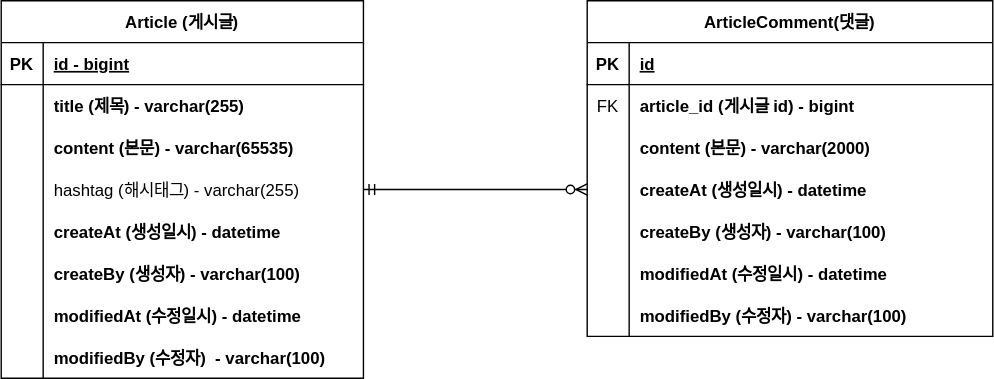
Before: document/project-board-erd.svg, a diagram exported from draw.io (RowenKim/Board-Service). Source tidied: cells renumbered, new cells last; positions are measured from the earlier drawing's top-left corner, leaving out a move shared by most shapes.
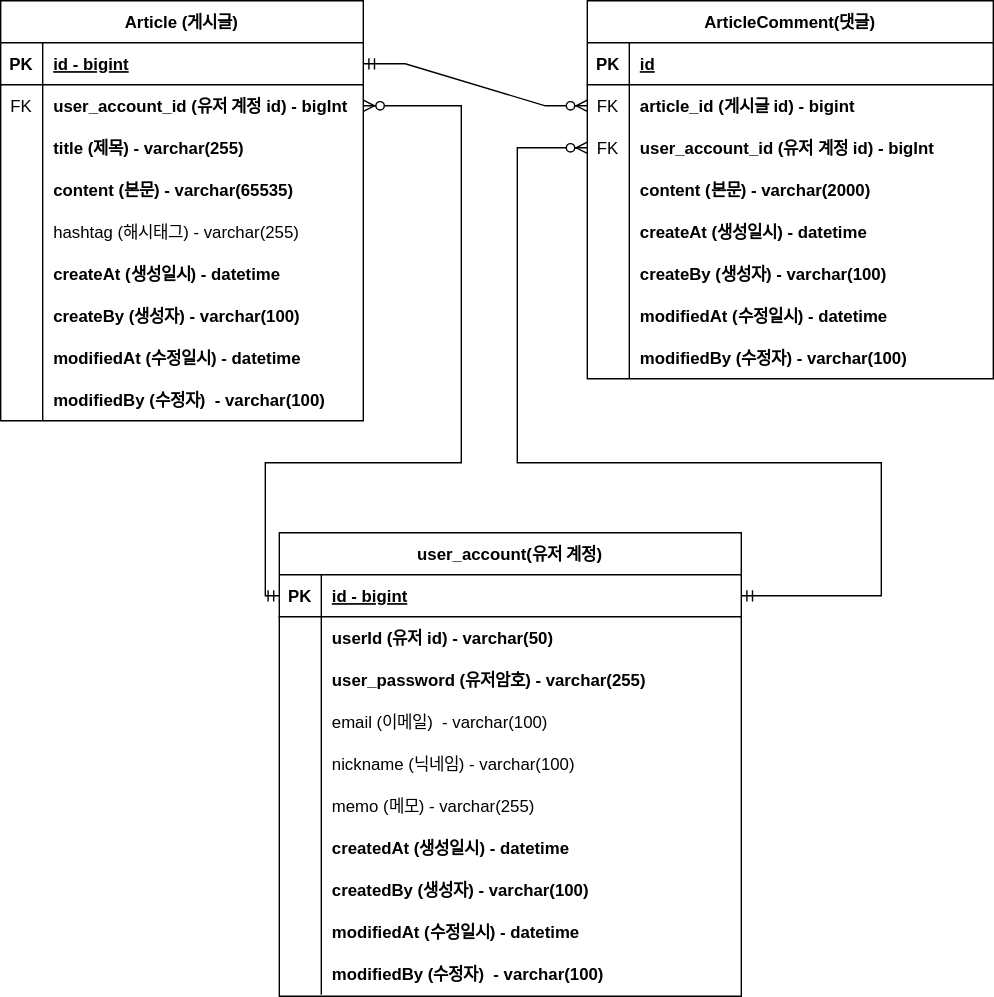
After the change.

What changed in the source:
```diff
@@ -3,7 +3,7 @@
     <mxCell id="0" />
     <mxCell id="1" parent="0" />
     <mxCell id="2" value="Article (게시글)" style="shape=table;startSize=30;rowLines=0;fontStyle=1;align=center;" parent="1" vertex="1">
-      <mxGeometry width="259" height="270" as="geometry" />
+      <mxGeometry width="259" height="300" as="geometry" />
     </mxCell>
     <mxCell id="3" style="shape=tableRow;horizontal=0;startSize=0;swimlaneHead=0;swimlaneBody=0;fillColor=none;points=[[0,0.5],[1,0.5]];portConstraint=eastwest;top=0;left=0;right=0;bottom=1;" parent="2" vertex="1">
       <mxGeometry y="30" width="259" height="30" as="geometry" />
@@ -17,14 +17,23 @@
     <mxCell id="6" style="shape=tableRow;horizontal=0;startSize=0;swimlaneHead=0;swimlaneBody=0;fillColor=none;points=[[0,0.5],[1,0.5]];portConstraint=eastwest;top=0;left=0;right=0;bottom=0;" parent="2" vertex="1">
       <mxGeometry y="60" width="259" height="30" as="geometry" />
     </mxCell>
-    <mxCell id="7" style="shape=partialRectangle;fillColor=none;top=0;left=0;bottom=0;right=0;overflow=hidden;" parent="6" vertex="1">
+    <mxCell id="7" value="FK" style="shape=partialRectangle;fillColor=none;top=0;left=0;bottom=0;right=0;overflow=hidden;" parent="6" vertex="1">
       <mxGeometry width="30" height="30" as="geometry" />
     </mxCell>
-    <mxCell id="8" value="title (제목) - varchar(255)" style="shape=partialRectangle;fillColor=none;top=0;left=0;bottom=0;right=0;align=left;spacingLeft=6;overflow=hidden;fontStyle=1;" parent="6" vertex="1">
+    <mxCell id="8" value="user_account_id (유저 계정 id) - bigInt" style="shape=partialRectangle;fillColor=none;top=0;left=0;bottom=0;right=0;align=left;spacingLeft=6;overflow=hidden;fontStyle=1;" parent="6" vertex="1">
       <mxGeometry x="30" width="229" height="30" as="geometry" />
     </mxCell>
+    <mxCell id="50" style="shape=tableRow;horizontal=0;startSize=0;swimlaneHead=0;swimlaneBody=0;fillColor=none;top=0;left=0;right=0;bottom=0;" parent="2" vertex="1">
+      <mxGeometry y="90" width="259" height="30" as="geometry" />
+    </mxCell>
+    <mxCell id="51" style="shape=partialRectangle;fillColor=none;top=0;left=0;bottom=0;right=0;overflow=hidden;" parent="50" vertex="1">
+      <mxGeometry width="30" height="30" as="geometry" />
+    </mxCell>
+    <mxCell id="52" value="title (제목) - varchar(255)" style="shape=partialRectangle;fillColor=none;top=0;left=0;bottom=0;right=0;align=left;spacingLeft=6;overflow=hidden;fontStyle=1;" parent="50" vertex="1">
+      <mxGeometry x="30" width="229" height="30" as="geometry" />
+    </mxCell>
     <mxCell id="9" style="shape=tableRow;horizontal=0;startSize=0;swimlaneHead=0;swimlaneBody=0;fillColor=none;top=0;left=0;right=0;bottom=0;" parent="2" vertex="1">
-      <mxGeometry y="90" width="259" height="30" as="geometry" />
+      <mxGeometry y="120" width="259" height="30" as="geometry" />
     </mxCell>
     <mxCell id="10" style="shape=partialRectangle;fillColor=none;top=0;left=0;bottom=0;right=0;overflow=hidden;" parent="9" vertex="1">
       <mxGeometry width="30" height="30" as="geometry" />
@@ -33,7 +42,7 @@
       <mxGeometry x="30" width="229" height="30" as="geometry" />
     </mxCell>
     <mxCell id="12" style="shape=tableRow;horizontal=0;startSize=0;swimlaneHead=0;swimlaneBody=0;fillColor=none;points=[[0,0.5],[1,0.5]];portConstraint=eastwest;top=0;left=0;right=0;bottom=0;" parent="2" vertex="1">
-      <mxGeometry y="120" width="259" height="30" as="geometry" />
+      <mxGeometry y="150" width="259" height="30" as="geometry" />
     </mxCell>
     <mxCell id="13" style="shape=partialRectangle;fillColor=none;top=0;left=0;bottom=0;right=0;overflow=hidden;" parent="12" vertex="1">
       <mxGeometry width="30" height="30" as="geometry" />
@@ -42,7 +51,7 @@
       <mxGeometry x="30" width="229" height="30" as="geometry" />
     </mxCell>
     <mxCell id="15" style="shape=tableRow;horizontal=0;startSize=0;swimlaneHead=0;swimlaneBody=0;fillColor=none;top=0;left=0;right=0;bottom=0;" parent="2" vertex="1">
-      <mxGeometry y="150" width="259" height="30" as="geometry" />
+      <mxGeometry y="180" width="259" height="30" as="geometry" />
     </mxCell>
     <mxCell id="16" style="shape=partialRectangle;fillColor=none;top=0;left=0;bottom=0;right=0;overflow=hidden;" parent="15" vertex="1">
       <mxGeometry width="30" height="30" as="geometry" />
@@ -51,7 +60,7 @@
       <mxGeometry x="30" width="229" height="30" as="geometry" />
     </mxCell>
     <mxCell id="18" style="shape=tableRow;horizontal=0;startSize=0;swimlaneHead=0;swimlaneBody=0;fillColor=none;top=0;left=0;right=0;bottom=0;" parent="2" vertex="1">
-      <mxGeometry y="180" width="259" height="30" as="geometry" />
+      <mxGeometry y="210" width="259" height="30" as="geometry" />
     </mxCell>
     <mxCell id="19" style="shape=partialRectangle;fillColor=none;top=0;left=0;bottom=0;right=0;overflow=hidden;" parent="18" vertex="1">
       <mxGeometry width="30" height="30" as="geometry" />
@@ -60,7 +69,7 @@
       <mxGeometry x="30" width="229" height="30" as="geometry" />
     </mxCell>
     <mxCell id="21" style="shape=tableRow;horizontal=0;startSize=0;swimlaneHead=0;swimlaneBody=0;fillColor=none;top=0;left=0;right=0;bottom=0;" parent="2" vertex="1">
-      <mxGeometry y="210" width="259" height="30" as="geometry" />
+      <mxGeometry y="240" width="259" height="30" as="geometry" />
     </mxCell>
     <mxCell id="22" style="shape=partialRectangle;fillColor=none;top=0;left=0;bottom=0;right=0;overflow=hidden;" parent="21" vertex="1">
       <mxGeometry width="30" height="30" as="geometry" />
@@ -69,7 +78,7 @@
       <mxGeometry x="30" width="229" height="30" as="geometry" />
     </mxCell>
     <mxCell id="24" style="shape=tableRow;horizontal=0;startSize=0;swimlaneHead=0;swimlaneBody=0;fillColor=none;top=0;left=0;right=0;bottom=0;" parent="2" vertex="1">
-      <mxGeometry y="240" width="259" height="30" as="geometry" />
+      <mxGeometry y="270" width="259" height="30" as="geometry" />
     </mxCell>
     <mxCell id="25" style="shape=partialRectangle;fillColor=none;top=0;left=0;bottom=0;right=0;overflow=hidden;" parent="24" vertex="1">
       <mxGeometry width="30" height="30" as="geometry" />
@@ -78,7 +87,7 @@
       <mxGeometry x="30" width="229" height="30" as="geometry" />
     </mxCell>
     <mxCell id="27" value="ArticleComment(댓글)" style="shape=table;startSize=30;rowLines=0;fontStyle=1;align=center;" parent="1" vertex="1">
-      <mxGeometry x="419" width="290" height="240" as="geometry" />
+      <mxGeometry x="419" width="290" height="270" as="geometry" />
     </mxCell>
     <mxCell id="28" style="shape=tableRow;horizontal=0;startSize=0;swimlaneHead=0;swimlaneBody=0;fillColor=none;top=0;left=0;right=0;bottom=1;" parent="27" vertex="1">
       <mxGeometry y="30" width="290" height="30" as="geometry" />
@@ -98,8 +107,17 @@
     <mxCell id="33" value="article_id (게시글 id) - bigint" style="shape=partialRectangle;fillColor=none;top=0;left=0;bottom=0;right=0;align=left;spacingLeft=6;overflow=hidden;fontStyle=1;" parent="31" vertex="1">
       <mxGeometry x="30" width="260" height="30" as="geometry" />
     </mxCell>
+    <mxCell id="53" style="shape=tableRow;horizontal=0;startSize=0;swimlaneHead=0;swimlaneBody=0;fillColor=none;points=[[0,0.5],[1,0.5]];portConstraint=eastwest;top=0;left=0;right=0;bottom=0;" parent="27" vertex="1">
+      <mxGeometry y="90" width="290" height="30" as="geometry" />
+    </mxCell>
+    <mxCell id="54" value="FK" style="shape=partialRectangle;fillColor=none;top=0;left=0;bottom=0;right=0;overflow=hidden;" parent="53" vertex="1">
+      <mxGeometry width="30" height="30" as="geometry" />
+    </mxCell>
+    <mxCell id="55" value="user_account_id (유저 계정 id) - bigInt" style="shape=partialRectangle;fillColor=none;top=0;left=0;bottom=0;right=0;align=left;spacingLeft=6;overflow=hidden;fontStyle=1;" parent="53" vertex="1">
+      <mxGeometry x="30" width="260" height="30" as="geometry" />
+    </mxCell>
     <mxCell id="34" style="shape=tableRow;horizontal=0;startSize=0;swimlaneHead=0;swimlaneBody=0;fillColor=none;top=0;left=0;right=0;bottom=0;" parent="27" vertex="1">
-      <mxGeometry y="90" width="290" height="30" as="geometry" />
+      <mxGeometry y="120" width="290" height="30" as="geometry" />
     </mxCell>
     <mxCell id="35" style="shape=partialRectangle;fillColor=none;top=0;left=0;bottom=0;right=0;overflow=hidden;" parent="34" vertex="1">
       <mxGeometry width="30" height="30" as="geometry" />
@@ -108,7 +126,7 @@
       <mxGeometry x="30" width="260" height="30" as="geometry" />
     </mxCell>
     <mxCell id="37" style="shape=tableRow;horizontal=0;startSize=0;swimlaneHead=0;swimlaneBody=0;fillColor=none;points=[[0,0.5],[1,0.5]];portConstraint=eastwest;top=0;left=0;right=0;bottom=0;" parent="27" vertex="1">
-      <mxGeometry y="120" width="290" height="30" as="geometry" />
+      <mxGeometry y="150" width="290" height="30" as="geometry" />
     </mxCell>
     <mxCell id="38" style="shape=partialRectangle;fillColor=none;top=0;left=0;bottom=0;right=0;overflow=hidden;" parent="37" vertex="1">
       <mxGeometry width="30" height="30" as="geometry" />
@@ -117,7 +135,7 @@
       <mxGeometry x="30" width="260" height="30" as="geometry" />
     </mxCell>
     <mxCell id="40" style="shape=tableRow;horizontal=0;startSize=0;swimlaneHead=0;swimlaneBody=0;fillColor=none;top=0;left=0;right=0;bottom=0;" parent="27" vertex="1">
-      <mxGeometry y="150" width="290" height="30" as="geometry" />
+      <mxGeometry y="180" width="290" height="30" as="geometry" />
     </mxCell>
     <mxCell id="41" style="shape=partialRectangle;fillColor=none;top=0;left=0;bottom=0;right=0;overflow=hidden;" parent="40" vertex="1">
       <mxGeometry width="30" height="30" as="geometry" />
@@ -126,7 +144,7 @@
       <mxGeometry x="30" width="260" height="30" as="geometry" />
     </mxCell>
     <mxCell id="43" style="shape=tableRow;horizontal=0;startSize=0;swimlaneHead=0;swimlaneBody=0;fillColor=none;top=0;left=0;right=0;bottom=0;" parent="27" vertex="1">
-      <mxGeometry y="180" width="290" height="30" as="geometry" />
+      <mxGeometry y="210" width="290" height="30" as="geometry" />
     </mxCell>
     <mxCell id="44" style="shape=partialRectangle;fillColor=none;top=0;left=0;bottom=0;right=0;overflow=hidden;" parent="43" vertex="1">
       <mxGeometry width="30" height="30" as="geometry" />
@@ -135,7 +153,7 @@
       <mxGeometry x="30" width="260" height="30" as="geometry" />
     </mxCell>
     <mxCell id="46" style="shape=tableRow;horizontal=0;startSize=0;swimlaneHead=0;swimlaneBody=0;fillColor=none;top=0;left=0;right=0;bottom=0;" parent="27" vertex="1">
-      <mxGeometry y="210" width="290" height="30" as="geometry" />
+      <mxGeometry y="240" width="290" height="30" as="geometry" />
     </mxCell>
     <mxCell id="47" style="shape=partialRectangle;fillColor=none;top=0;left=0;bottom=0;right=0;overflow=hidden;" parent="46" vertex="1">
       <mxGeometry width="30" height="30" as="geometry" />
@@ -143,8 +161,121 @@
     <mxCell id="48" value="modifiedBy (수정자) - varchar(100)" style="shape=partialRectangle;fillColor=none;top=0;left=0;bottom=0;right=0;align=left;spacingLeft=6;overflow=hidden;fontStyle=1;" parent="46" vertex="1">
       <mxGeometry x="30" width="260" height="30" as="geometry" />
     </mxCell>
-    <mxCell id="49" style="edgeStyle=entityRelationEdgeStyle;fontSize=12;html=1;endArrow=ERzeroToMany;startArrow=ERmandOne;rounded=0;exitX=1;exitY=0.5;exitDx=0;exitDy=0;entryX=0;entryY=0.5;entryDx=0;entryDy=0;" parent="1" edge="1" source="12" target="37">
+    <mxCell id="49" style="edgeStyle=entityRelationEdgeStyle;fontSize=12;html=1;endArrow=ERzeroToMany;startArrow=ERmandOne;rounded=0;exitX=1;exitY=0.5;exitDx=0;exitDy=0;entryX=0;entryY=0.5;entryDx=0;entryDy=0;" parent="1" edge="1" source="3" target="31">
       <mxGeometry relative="1" as="geometry" />
     </mxCell>
+    <mxCell id="56" value="user_account(유저 계정)" style="shape=table;startSize=30;rowLines=0;fontStyle=1;align=center;" parent="1" vertex="1">
+      <mxGeometry x="199" y="380" width="330" height="331" as="geometry" />
+    </mxCell>
+    <mxCell id="57" style="shape=tableRow;horizontal=0;startSize=0;swimlaneHead=0;swimlaneBody=0;fillColor=none;points=[[0,0.5],[1,0.5]];portConstraint=eastwest;top=0;left=0;right=0;bottom=1;" parent="56" vertex="1">
+      <mxGeometry y="30" width="330" height="30" as="geometry" />
+    </mxCell>
+    <mxCell id="58" value="PK" style="shape=partialRectangle;fillColor=none;top=0;left=0;bottom=0;right=0;fontStyle=1;overflow=hidden;" parent="57" vertex="1">
+      <mxGeometry width="30" height="30" as="geometry" />
+    </mxCell>
+    <mxCell id="59" value="id - bigint" style="shape=partialRectangle;fillColor=none;top=0;left=0;bottom=0;right=0;align=left;spacingLeft=6;fontStyle=5;overflow=hidden;" parent="57" vertex="1">
+      <mxGeometry x="30" width="300" height="30" as="geometry" />
+    </mxCell>
+    <mxCell id="60" style="shape=tableRow;horizontal=0;startSize=0;swimlaneHead=0;swimlaneBody=0;fillColor=none;top=0;left=0;right=0;bottom=0;" parent="56" vertex="1">
+      <mxGeometry y="60" width="330" height="30" as="geometry" />
+    </mxCell>
+    <mxCell id="61" style="shape=partialRectangle;fillColor=none;top=0;left=0;bottom=0;right=0;overflow=hidden;" parent="60" vertex="1">
+      <mxGeometry width="30" height="30" as="geometry" />
+    </mxCell>
+    <mxCell id="62" value="userId (유저 id) - varchar(50)" style="shape=partialRectangle;fillColor=none;top=0;left=0;bottom=0;right=0;align=left;spacingLeft=6;overflow=hidden;fontStyle=1;" parent="60" vertex="1">
+      <mxGeometry x="30" width="300" height="30" as="geometry" />
+    </mxCell>
+    <mxCell id="63" style="shape=tableRow;horizontal=0;startSize=0;swimlaneHead=0;swimlaneBody=0;fillColor=none;top=0;left=0;right=0;bottom=0;" parent="56" vertex="1">
+      <mxGeometry y="90" width="330" height="30" as="geometry" />
+    </mxCell>
+    <mxCell id="64" style="shape=partialRectangle;fillColor=none;top=0;left=0;bottom=0;right=0;overflow=hidden;" parent="63" vertex="1">
+      <mxGeometry width="30" height="30" as="geometry" />
+    </mxCell>
+    <mxCell id="65" value="user_password (유저암호) - varchar(255)" style="shape=partialRectangle;fillColor=none;top=0;left=0;bottom=0;right=0;align=left;spacingLeft=6;overflow=hidden;fontStyle=1;" parent="63" vertex="1">
+      <mxGeometry x="30" width="300" height="30" as="geometry" />
+    </mxCell>
+    <mxCell id="66" style="shape=tableRow;horizontal=0;startSize=0;swimlaneHead=0;swimlaneBody=0;fillColor=none;top=0;left=0;right=0;bottom=0;" parent="56" vertex="1">
+      <mxGeometry y="120" width="330" height="30" as="geometry" />
+    </mxCell>
+    <mxCell id="67" style="shape=partialRectangle;fillColor=none;top=0;left=0;bottom=0;right=0;overflow=hidden;" parent="66" vertex="1">
+      <mxGeometry width="30" height="30" as="geometry" />
+    </mxCell>
+    <mxCell id="68" value="email (이메일)  - varchar(100)" style="shape=partialRectangle;fillColor=none;top=0;left=0;bottom=0;right=0;align=left;spacingLeft=6;overflow=hidden;" parent="66" vertex="1">
+      <mxGeometry x="30" width="300" height="30" as="geometry" />
+    </mxCell>
+    <mxCell id="69" style="shape=tableRow;horizontal=0;startSize=0;swimlaneHead=0;swimlaneBody=0;fillColor=none;top=0;left=0;right=0;bottom=0;" parent="56" vertex="1">
+      <mxGeometry y="150" width="330" height="30" as="geometry" />
+    </mxCell>
+    <mxCell id="70" style="shape=partialRectangle;fillColor=none;top=0;left=0;bottom=0;right=0;overflow=hidden;" parent="69" vertex="1">
+      <mxGeometry width="30" height="30" as="geometry" />
+    </mxCell>
+    <mxCell id="71" value="nickname (닉네임) - varchar(100)" style="shape=partialRectangle;fillColor=none;top=0;left=0;bottom=0;right=0;align=left;spacingLeft=6;overflow=hidden;fontStyle=0;" parent="69" vertex="1">
+      <mxGeometry x="30" width="300" height="30" as="geometry" />
+    </mxCell>
+    <mxCell id="72" style="shape=tableRow;horizontal=0;startSize=0;swimlaneHead=0;swimlaneBody=0;fillColor=none;top=0;left=0;right=0;bottom=0;" parent="56" vertex="1">
+      <mxGeometry y="180" width="330" height="30" as="geometry" />
+    </mxCell>
+    <mxCell id="73" style="shape=partialRectangle;fillColor=none;top=0;left=0;bottom=0;right=0;overflow=hidden;" parent="72" vertex="1">
+      <mxGeometry width="30" height="30" as="geometry" />
+    </mxCell>
+    <mxCell id="74" value="memo (메모) - varchar(255)" style="shape=partialRectangle;fillColor=none;top=0;left=0;bottom=0;right=0;align=left;spacingLeft=6;overflow=hidden;fontStyle=0;" parent="72" vertex="1">
+      <mxGeometry x="30" width="300" height="30" as="geometry" />
+    </mxCell>
+    <mxCell id="75" style="shape=tableRow;horizontal=0;startSize=0;swimlaneHead=0;swimlaneBody=0;fillColor=none;top=0;left=0;right=0;bottom=0;" parent="56" vertex="1">
+      <mxGeometry y="210" width="330" height="30" as="geometry" />
+    </mxCell>
+    <mxCell id="76" style="shape=partialRectangle;fillColor=none;top=0;left=0;bottom=0;right=0;overflow=hidden;" parent="75" vertex="1">
+      <mxGeometry width="30" height="30" as="geometry" />
+    </mxCell>
+    <mxCell id="77" value="createdAt (생성일시) - datetime" style="shape=partialRectangle;fillColor=none;top=0;left=0;bottom=0;right=0;align=left;spacingLeft=6;overflow=hidden;fontStyle=1;" parent="75" vertex="1">
+      <mxGeometry x="30" width="300" height="30" as="geometry" />
+    </mxCell>
+    <mxCell id="78" style="shape=tableRow;horizontal=0;startSize=0;swimlaneHead=0;swimlaneBody=0;fillColor=none;top=0;left=0;right=0;bottom=0;" parent="56" vertex="1">
+      <mxGeometry y="240" width="330" height="30" as="geometry" />
+    </mxCell>
+    <mxCell id="79" style="shape=partialRectangle;fillColor=none;top=0;left=0;bottom=0;right=0;overflow=hidden;" parent="78" vertex="1">
+      <mxGeometry width="30" height="30" as="geometry" />
+    </mxCell>
+    <mxCell id="80" value="createdBy (생성자) - varchar(100)" style="shape=partialRectangle;fillColor=none;top=0;left=0;bottom=0;right=0;align=left;spacingLeft=6;overflow=hidden;fontStyle=1;" parent="78" vertex="1">
+      <mxGeometry x="30" width="300" height="30" as="geometry" />
+    </mxCell>
+    <mxCell id="81" style="shape=tableRow;horizontal=0;startSize=0;swimlaneHead=0;swimlaneBody=0;fillColor=none;top=0;left=0;right=0;bottom=0;" parent="56" vertex="1">
+      <mxGeometry y="270" width="330" height="30" as="geometry" />
+    </mxCell>
+    <mxCell id="82" style="shape=partialRectangle;fillColor=none;top=0;left=0;bottom=0;right=0;overflow=hidden;" parent="81" vertex="1">
+      <mxGeometry width="30" height="30" as="geometry" />
+    </mxCell>
+    <mxCell id="83" value="modifiedAt (수정일시) - datetime" style="shape=partialRectangle;fillColor=none;top=0;left=0;bottom=0;right=0;align=left;spacingLeft=6;overflow=hidden;fontStyle=1;" parent="81" vertex="1">
+      <mxGeometry x="30" width="300" height="30" as="geometry" />
+    </mxCell>
+    <mxCell id="84" style="shape=tableRow;horizontal=0;startSize=0;swimlaneHead=0;swimlaneBody=0;fillColor=none;top=0;left=0;right=0;bottom=0;" parent="56" vertex="1">
+      <mxGeometry y="300" width="330" height="30" as="geometry" />
+    </mxCell>
+    <mxCell id="85" style="shape=partialRectangle;fillColor=none;top=0;left=0;bottom=0;right=0;overflow=hidden;" parent="84" vertex="1">
+      <mxGeometry width="30" height="30" as="geometry" />
+    </mxCell>
+    <mxCell id="86" value="modifiedBy (수정자)  - varchar(100)" style="shape=partialRectangle;fillColor=none;top=0;left=0;bottom=0;right=0;align=left;spacingLeft=6;overflow=hidden;fontStyle=1;" parent="84" vertex="1">
+      <mxGeometry x="30" width="300" height="30" as="geometry" />
+    </mxCell>
+    <mxCell id="87" style="fontSize=12;html=1;endArrow=ERzeroToMany;startArrow=ERmandOne;rounded=0;exitX=0;exitY=0.5;exitDx=0;exitDy=0;entryX=1;entryY=0.5;entryDx=0;entryDy=0;edgeStyle=orthogonalEdgeStyle;" parent="1" edge="1" source="57" target="6">
+      <mxGeometry relative="1" as="geometry">
+        <Array as="points">
+          <mxPoint x="189" y="425" />
+          <mxPoint x="189" y="330" />
+          <mxPoint x="329" y="330" />
+          <mxPoint x="329" y="75" />
+        </Array>
+      </mxGeometry>
+    </mxCell>
+    <mxCell id="88" style="fontSize=12;html=1;endArrow=ERzeroToMany;startArrow=ERmandOne;rounded=0;exitX=1;exitY=0.5;exitDx=0;exitDy=0;entryX=0;entryY=0.5;entryDx=0;entryDy=0;edgeStyle=orthogonalEdgeStyle;" parent="1" edge="1" source="57" target="53">
+      <mxGeometry relative="1" as="geometry">
+        <Array as="points">
+          <mxPoint x="629" y="425" />
+          <mxPoint x="629" y="330" />
+          <mxPoint x="369" y="330" />
+          <mxPoint x="369" y="105" />
+        </Array>
+      </mxGeometry>
+    </mxCell>
   </root>
 </mxGraphModel>
```
